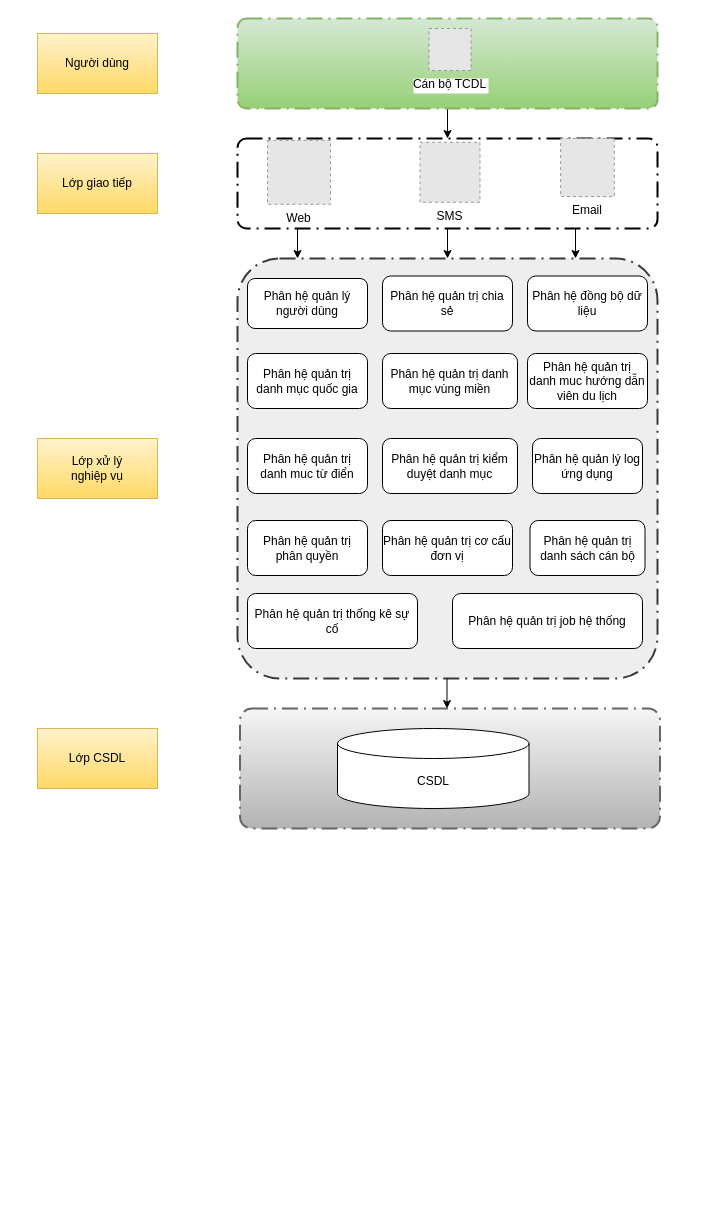
Above: page "QUAN_TRI_HE_THONG_DC" (2 of 5) of so-do-draw/Untitled Diagram.drawio in letheanh12345/Draw-io (draw.io), before the change. Source tidied: cells renumbered, new cells numbered last; positions are measured from the earlier drawing's top-left corner, leaving out a move shared by most shapes. Both pictures are drawn from the tidied source at 100%, with x=0, y=0 at pixel (37, 18). Pictures stored in the file or linked from it are replaced by grey dashed boxes.
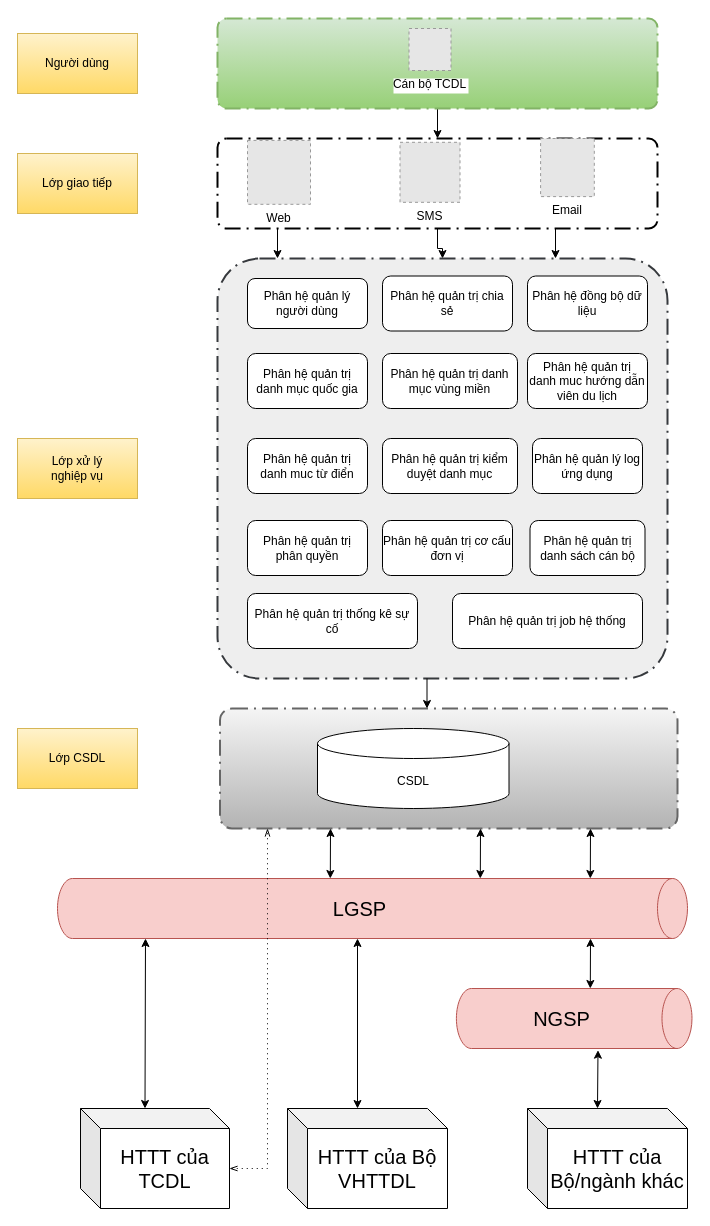
The same diagram, later.

What changed in the source:
```diff
@@
     <mxCell id="3" style="points=[[0.25,0,0],[0.5,0,0],[0.75,0,0],[1,0.25,0],[1,0.5,0],[1,0.75,0],[0.75,1,0],[0.5,1,0],[0.25,1,0],[0,0.75,0],[0,0.5,0],[0,0.25,0]];rounded=1;arcSize=10;dashed=1;strokeColor=#000000;fillColor=none;gradientColor=none;dashPattern=8 3 1 3;strokeWidth=2;fontStyle=1;fontSize=20;" parent="1" vertex="1">
-      <mxGeometry x="200" y="120" width="420" height="90" as="geometry" />
+      <mxGeometry x="180" y="120" width="440" height="90" as="geometry" />
     </mxCell>
     <mxCell id="4" value="Web" style="fillColor=#E6E6E6;strokeColor=#999999;dashed=1;verticalLabelPosition=bottom;labelBackgroundColor=default;verticalAlign=top;" parent="1" vertex="1">
-      <mxGeometry x="230" y="121.9" width="63" height="63.9" as="geometry" />
+      <mxGeometry x="210" y="121.9" width="63" height="63.9" as="geometry" />
     </mxCell>
     <mxCell id="5" value="SMS" style="fillColor=#E6E6E6;strokeColor=#999999;dashed=1;verticalLabelPosition=bottom;labelBackgroundColor=default;verticalAlign=top;" parent="1" vertex="1">
-      <mxGeometry x="382.5" y="123.8" width="60" height="60" as="geometry" />
+      <mxGeometry x="362.5" y="123.8" width="60" height="60" as="geometry" />
     </mxCell>
     <mxCell id="6" value="Email" style="fillColor=#E6E6E6;strokeColor=#999999;dashed=1;verticalLabelPosition=bottom;labelBackgroundColor=default;verticalAlign=top;" parent="1" vertex="1">
-      <mxGeometry x="523.1" y="120" width="53.7" height="58.1" as="geometry" />
+      <mxGeometry x="503.1" y="120" width="53.7" height="58.1" as="geometry" />
     </mxCell>
@@
     <mxCell id="8" style="points=[[0.25,0,0],[0.5,0,0],[0.75,0,0],[1,0.25,0],[1,0.5,0],[1,0.75,0],[0.75,1,0],[0.5,1,0],[0.25,1,0],[0,0.75,0],[0,0.5,0],[0,0.25,0]];rounded=1;arcSize=10;dashed=1;strokeColor=#82b366;fillColor=#d5e8d4;gradientColor=#97d077;dashPattern=8 3 1 3;strokeWidth=2;fontStyle=1;fontSize=20;" parent="1" vertex="1">
-      <mxGeometry x="200" width="420" height="90" as="geometry" />
+      <mxGeometry x="180" width="440" height="90" as="geometry" />
     </mxCell>
     <mxCell id="9" value="Cán bộ TCDL" style="fillColor=#E6E6E6;strokeColor=#999999;dashed=1;verticalLabelPosition=bottom;labelBackgroundColor=default;verticalAlign=top;" parent="1" vertex="1">
-      <mxGeometry x="391.5" y="10" width="42" height="42" as="geometry" />
+      <mxGeometry x="371.5" y="10" width="42" height="42" as="geometry" />
     </mxCell>
     <mxCell id="10" style="points=[[0.25,0,0],[0.5,0,0],[0.75,0,0],[1,0.25,0],[1,0.5,0],[1,0.75,0],[0.75,1,0],[0.5,1,0],[0.25,1,0],[0,0.75,0],[0,0.5,0],[0,0.25,0]];rounded=1;arcSize=10;dashed=1;strokeColor=#36393d;fillColor=#eeeeee;dashPattern=8 3 1 3;strokeWidth=2;fontStyle=1;fontSize=20;" parent="1" vertex="1">
-      <mxGeometry x="200" y="240" width="420" height="420" as="geometry" />
+      <mxGeometry x="180" y="240" width="450" height="420" as="geometry" />
     </mxCell>
@@
     <mxCell id="25" style="rounded=1;arcSize=10;dashed=1;strokeColor=#666666;fillColor=#f5f5f5;gradientColor=#b3b3b3;dashPattern=8 3 1 3;strokeWidth=2;fontStyle=1;fontSize=20;" parent="1" vertex="1">
-      <mxGeometry x="202.5" y="690" width="420" height="120" as="geometry" />
+      <mxGeometry x="182.5" y="690" width="457.5" height="120" as="geometry" />
     </mxCell>
     <mxCell id="26" value="CSDL" style="shape=cylinder3;whiteSpace=wrap;html=1;boundedLbl=1;backgroundOutline=1;size=15;" parent="1" vertex="1">
-      <mxGeometry x="300" y="710" width="191.5" height="80" as="geometry" />
+      <mxGeometry x="280" y="710" width="191.5" height="80" as="geometry" />
     </mxCell>
     <mxCell id="27" value="Người dùng" style="rounded=0;whiteSpace=wrap;html=1;fillColor=#fff2cc;gradientColor=#ffd966;strokeColor=#d6b656;" parent="1" vertex="1">
-      <mxGeometry y="15" width="120" height="60" as="geometry" />
+      <mxGeometry x="-20" y="15" width="120" height="60" as="geometry" />
     </mxCell>
     <mxCell id="28" value="Lớp giao tiếp" style="rounded=0;whiteSpace=wrap;html=1;fillColor=#fff2cc;gradientColor=#ffd966;strokeColor=#d6b656;" parent="1" vertex="1">
-      <mxGeometry y="135" width="120" height="60" as="geometry" />
+      <mxGeometry x="-20" y="135" width="120" height="60" as="geometry" />
     </mxCell>
     <mxCell id="29" value="Lớp xử lý &lt;br&gt;nghiệp vụ" style="rounded=0;whiteSpace=wrap;html=1;fillColor=#fff2cc;gradientColor=#ffd966;strokeColor=#d6b656;" parent="1" vertex="1">
-      <mxGeometry y="420" width="120" height="60" as="geometry" />
+      <mxGeometry x="-20" y="420" width="120" height="60" as="geometry" />
     </mxCell>
     <mxCell id="30" value="Lớp CSDL" style="rounded=0;whiteSpace=wrap;html=1;fillColor=#fff2cc;gradientColor=#ffd966;strokeColor=#d6b656;" parent="1" vertex="1">
-      <mxGeometry y="710" width="120" height="60" as="geometry" />
+      <mxGeometry x="-20" y="710" width="120" height="60" as="geometry" />
     </mxCell>
     <mxCell id="31" style="edgeStyle=orthogonalEdgeStyle;rounded=0;orthogonalLoop=1;jettySize=auto;html=1;entryX=0.5;entryY=0;entryDx=0;entryDy=0;entryPerimeter=0;" parent="1" edge="1">
       <mxGeometry relative="1" as="geometry">
-        <mxPoint x="538" y="210" as="sourcePoint" />
-        <mxPoint x="538" y="240" as="targetPoint" />
+        <mxPoint x="518" y="210" as="sourcePoint" />
+        <mxPoint x="518" y="240" as="targetPoint" />
       </mxGeometry>
     </mxCell>
     <mxCell id="32" style="edgeStyle=orthogonalEdgeStyle;rounded=0;orthogonalLoop=1;jettySize=auto;html=1;entryX=0.5;entryY=0;entryDx=0;entryDy=0;entryPerimeter=0;" parent="1" edge="1">
       <mxGeometry relative="1" as="geometry">
-        <mxPoint x="260" y="210" as="sourcePoint" />
-        <mxPoint x="260" y="240" as="targetPoint" />
+        <mxPoint x="240" y="210" as="sourcePoint" />
+        <mxPoint x="240" y="240" as="targetPoint" />
       </mxGeometry>
     </mxCell>
     <mxCell id="33" style="edgeStyle=orthogonalEdgeStyle;rounded=0;orthogonalLoop=1;jettySize=auto;html=1;entryX=0.5;entryY=0;entryDx=0;entryDy=0;entryPerimeter=0;" parent="1" edge="1">
       <mxGeometry relative="1" as="geometry">
-        <mxPoint x="409.5" y="660" as="sourcePoint" />
-        <mxPoint x="409.5" y="690" as="targetPoint" />
+        <mxPoint x="389.5" y="660" as="sourcePoint" />
+        <mxPoint x="389.5" y="690" as="targetPoint" />
       </mxGeometry>
     </mxCell>
+    <mxCell id="34" value="&lt;font style=&quot;font-size: 20px;&quot;&gt;LGSP&lt;/font&gt;" style="shape=cylinder3;whiteSpace=wrap;html=1;boundedLbl=1;backgroundOutline=1;size=15;direction=south;fillColor=#f8cecc;strokeColor=#b85450;" parent="1" vertex="1">
+      <mxGeometry x="20" y="860" width="630" height="60" as="geometry" />
+    </mxCell>
+    <mxCell id="35" value="HTTT của TCDL" style="shape=cube;whiteSpace=wrap;html=1;boundedLbl=1;backgroundOutline=1;darkOpacity=0.05;darkOpacity2=0.1;fontSize=20;" parent="1" vertex="1">
+      <mxGeometry x="43" y="1090" width="149" height="100" as="geometry" />
+    </mxCell>
+    <mxCell id="36" value="HTTT của Bộ VHTTDL" style="shape=cube;whiteSpace=wrap;html=1;boundedLbl=1;backgroundOutline=1;darkOpacity=0.05;darkOpacity2=0.1;fontSize=20;" parent="1" vertex="1">
+      <mxGeometry x="250" y="1090" width="160" height="100" as="geometry" />
+    </mxCell>
+    <mxCell id="37" value="HTTT của Bộ/ngành khác" style="shape=cube;whiteSpace=wrap;html=1;boundedLbl=1;backgroundOutline=1;darkOpacity=0.05;darkOpacity2=0.1;fontSize=20;" parent="1" vertex="1">
+      <mxGeometry x="490" y="1090" width="160" height="100" as="geometry" />
+    </mxCell>
+    <mxCell id="38" value="&lt;font style=&quot;font-size: 20px;&quot;&gt;NGSP&lt;/font&gt;" style="shape=cylinder3;whiteSpace=wrap;html=1;boundedLbl=1;backgroundOutline=1;size=15;direction=south;fillColor=#f8cecc;strokeColor=#b85450;" parent="1" vertex="1">
+      <mxGeometry x="418.9" y="970" width="235.6" height="60" as="geometry" />
+    </mxCell>
+    <mxCell id="39" style="endArrow=classic;startArrow=classic;html=1;rounded=0;fontSize=20;exitX=0.167;exitY=0.78;exitDx=0;exitDy=0;exitPerimeter=0;" parent="1" edge="1">
+      <mxGeometry relative="1" as="geometry">
+        <mxPoint x="292.8" y="860" as="sourcePoint" />
+        <mxPoint x="293" y="810" as="targetPoint" />
+      </mxGeometry>
+    </mxCell>
+    <mxCell id="40" style="endArrow=classic;startArrow=classic;html=1;rounded=0;fontSize=20;exitX=0.167;exitY=0.78;exitDx=0;exitDy=0;exitPerimeter=0;" parent="1" edge="1">
+      <mxGeometry relative="1" as="geometry">
+        <mxPoint x="442.8" y="860" as="sourcePoint" />
+        <mxPoint x="443" y="810" as="targetPoint" />
+      </mxGeometry>
+    </mxCell>
+    <mxCell id="41" style="endArrow=classic;startArrow=classic;html=1;rounded=0;fontSize=20;exitX=0.167;exitY=0.78;exitDx=0;exitDy=0;exitPerimeter=0;" parent="1" edge="1">
+      <mxGeometry relative="1" as="geometry">
+        <mxPoint x="552.8" y="860" as="sourcePoint" />
+        <mxPoint x="553" y="810" as="targetPoint" />
+      </mxGeometry>
+    </mxCell>
+    <mxCell id="42" style="endArrow=classic;startArrow=classic;html=1;rounded=0;fontSize=20;exitX=0.167;exitY=0.78;exitDx=0;exitDy=0;exitPerimeter=0;" parent="1" edge="1">
+      <mxGeometry relative="1" as="geometry">
+        <mxPoint x="552.8" y="970" as="sourcePoint" />
+        <mxPoint x="553" y="920" as="targetPoint" />
+      </mxGeometry>
+    </mxCell>
+    <mxCell id="43" style="endArrow=classic;startArrow=classic;html=1;rounded=0;fontSize=20;exitX=0;exitY=0;exitDx=70;exitDy=0;exitPerimeter=0;entryX=1.028;entryY=0.399;entryDx=0;entryDy=0;entryPerimeter=0;" parent="1" edge="1" source="37" target="38">
+      <mxGeometry relative="1" as="geometry" />
+    </mxCell>
+    <mxCell id="44" style="endArrow=classic;startArrow=classic;html=1;rounded=0;fontSize=20;exitX=0;exitY=0;exitDx=64.5;exitDy=0;exitPerimeter=0;" parent="1" edge="1" source="35">
+      <mxGeometry relative="1" as="geometry">
+        <mxPoint x="108" y="920" as="targetPoint" />
+      </mxGeometry>
+    </mxCell>
+    <mxCell id="45" style="endArrow=classic;startArrow=classic;html=1;rounded=0;fontSize=20;exitX=0;exitY=0;exitDx=70;exitDy=0;exitPerimeter=0;" parent="1" edge="1" source="36">
+      <mxGeometry relative="1" as="geometry">
+        <mxPoint x="320" y="920" as="targetPoint" />
+      </mxGeometry>
+    </mxCell>
+    <mxCell id="46" style="edgeStyle=elbowEdgeStyle;fontSize=12;html=1;endFill=0;startFill=0;endSize=6;startSize=6;dashed=1;dashPattern=1 4;endArrow=openThin;startArrow=openThin;rounded=0;exitX=0;exitY=0;exitDx=149;exitDy=60;exitPerimeter=0;entryX=0.125;entryY=1;entryDx=0;entryDy=0;entryPerimeter=0;" parent="1" edge="1" source="35">
+      <mxGeometry relative="1" as="geometry">
+        <mxPoint x="230" y="810" as="targetPoint" />
+        <Array as="points">
+          <mxPoint x="230" y="930" />
+          <mxPoint x="160" y="1080" />
+        </Array>
+      </mxGeometry>
+    </mxCell>
```
